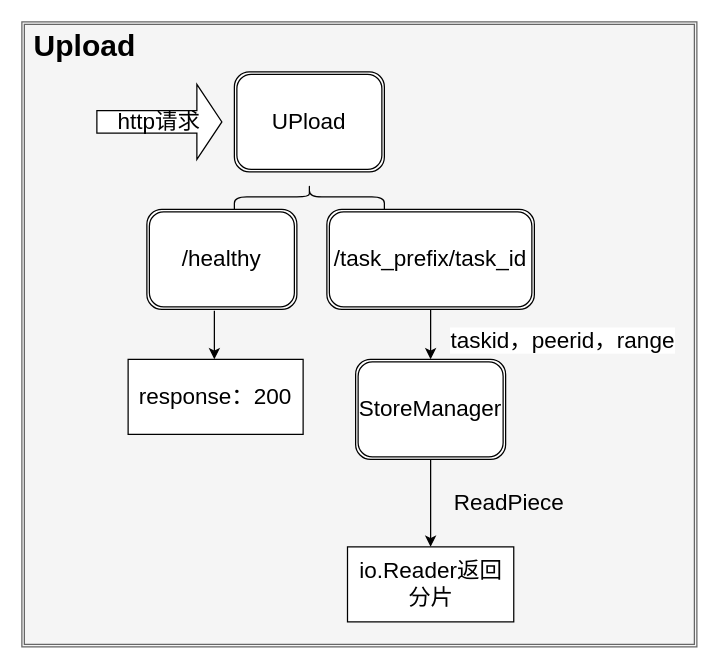
1037husterljx/img keeps this draw.io diagram as daemonUpload.drawio. Above is the earlier version. Source tidied: cells renumbered, new cells numbered last; positions are measured from the earlier drawing's top-left corner, leaving out a move shared by most shapes. Both pictures are drawn from the tidied source at 125%, with x=0, y=0 at pixel (21, 21).
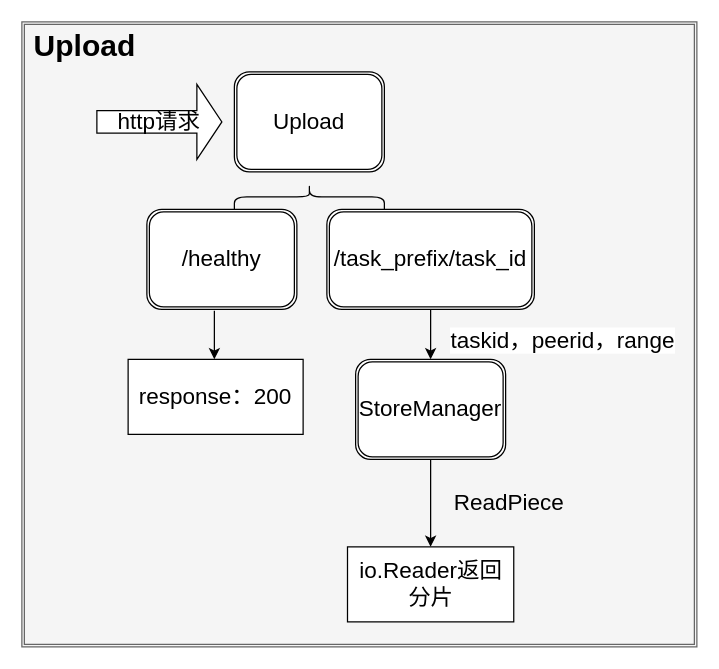
The same diagram, later.

The edit, as a diff of the source:
```diff
@@
 <mxGraphModel>
   <root>
     <mxCell id="0" />
     <mxCell id="1" parent="0" />
     <mxCell id="2" style="shape=ext;double=1;rounded=0;whiteSpace=wrap;html=1;fontSize=18;fillColor=#f5f5f5;fontColor=#333333;strokeColor=#666666;" parent="1" vertex="1">
       <mxGeometry width="540" height="500" as="geometry" />
     </mxCell>
     <mxCell id="3" value="Upload" style="text;strokeColor=none;fillColor=none;html=1;fontSize=24;fontStyle=1;verticalAlign=middle;align=center;" parent="1" vertex="1">
       <mxGeometry width="100" height="40" as="geometry" />
     </mxCell>
-    <mxCell id="4" value="UPload" style="shape=ext;double=1;rounded=1;whiteSpace=wrap;html=1;fontSize=18;" parent="1" vertex="1">
+    <mxCell id="4" value="Upload" style="shape=ext;double=1;rounded=1;whiteSpace=wrap;html=1;fontSize=18;" parent="1" vertex="1">
       <mxGeometry x="170" y="40" width="120" height="80" as="geometry" />
     </mxCell>
     <mxCell id="5" style="shape=curlyBracket;whiteSpace=wrap;html=1;rounded=1;fontSize=18;direction=south;" parent="1" vertex="1">
       <mxGeometry x="170" y="130" width="120" height="20" as="geometry" />
     </mxCell>
     <mxCell id="6" value="/healthy" style="shape=ext;double=1;rounded=1;whiteSpace=wrap;html=1;fontSize=18;" parent="1" vertex="1">
       <mxGeometry x="100" y="150" width="120" height="80" as="geometry" />
     </mxCell>
     <mxCell id="7" value="http请求" style="shape=singleArrow;whiteSpace=wrap;html=1;fontSize=18;" parent="1" vertex="1">
       <mxGeometry x="60" y="50" width="100" height="60" as="geometry" />
     </mxCell>
     <mxCell id="8" style="verticalLabelPosition=bottom;verticalAlign=top;html=1;shape=mxgraph.basic.rect;fillColor2=none;strokeWidth=1;size=20;indent=5;fontSize=18;" parent="1" vertex="1">
       <mxGeometry x="85" y="270" width="140" height="60" as="geometry" />
     </mxCell>
     <mxCell id="9" style="edgeStyle=segmentEdgeStyle;endArrow=classic;html=1;rounded=0;fontSize=18;exitX=0.45;exitY=1.013;exitDx=0;exitDy=0;exitPerimeter=0;" parent="1" edge="1" source="6">
       <mxGeometry relative="1" as="geometry">
         <mxPoint x="154" y="270" as="targetPoint" />
       </mxGeometry>
     </mxCell>
     <mxCell id="10" value="response：200" style="text;html=1;strokeColor=none;fillColor=none;align=center;verticalAlign=middle;whiteSpace=wrap;rounded=0;fontSize=18;" parent="1" vertex="1">
       <mxGeometry x="90" y="285" width="130" height="30" as="geometry" />
     </mxCell>
     <mxCell id="11" value="/task_prefix/task_id" style="shape=ext;double=1;rounded=1;whiteSpace=wrap;html=1;fontSize=18;" parent="1" vertex="1">
       <mxGeometry x="244" y="150" width="166" height="80" as="geometry" />
     </mxCell>
     <mxCell id="12" value="StoreManager" style="shape=ext;double=1;rounded=1;whiteSpace=wrap;html=1;fontSize=18;" parent="1" vertex="1">
       <mxGeometry x="267" y="270" width="120" height="80" as="geometry" />
     </mxCell>
     <mxCell id="13" style="endArrow=classic;html=1;rounded=0;fontSize=18;exitX=0.5;exitY=1;exitDx=0;exitDy=0;entryX=0.5;entryY=0;entryDx=0;entryDy=0;" parent="1" edge="1" source="11" target="12">
       <mxGeometry relative="1" as="geometry" />
     </mxCell>
     <mxCell id="14" style="endArrow=classic;html=1;rounded=0;fontSize=18;exitX=0.5;exitY=1;exitDx=0;exitDy=0;entryX=0.5;entryY=0;entryDx=0;entryDy=0;" parent="1" edge="1" source="12" target="15">
       <mxGeometry relative="1" as="geometry" />
     </mxCell>
     <mxCell id="15" value="io.Reader返回分片" style="rounded=0;whiteSpace=wrap;html=1;fontSize=18;" parent="1" vertex="1">
       <mxGeometry x="260.5" y="420" width="133" height="60" as="geometry" />
     </mxCell>
     <mxCell id="16" value="ReadPiece" style="text;html=1;strokeColor=none;fillColor=none;align=center;verticalAlign=middle;whiteSpace=wrap;rounded=0;fontSize=18;" parent="1" vertex="1">
       <mxGeometry x="340" y="370" width="100" height="30" as="geometry" />
     </mxCell>
     <mxCell id="17" value="taskid，peerid，range" style="text;html=1;strokeColor=none;fillColor=none;align=center;verticalAlign=middle;whiteSpace=wrap;rounded=0;labelBackgroundColor=#FFFFFF;fontSize=18;fontColor=#000000;" parent="1" vertex="1">
       <mxGeometry x="340" y="240" width="186" height="30" as="geometry" />
     </mxCell>
   </root>
 </mxGraphModel>
```
